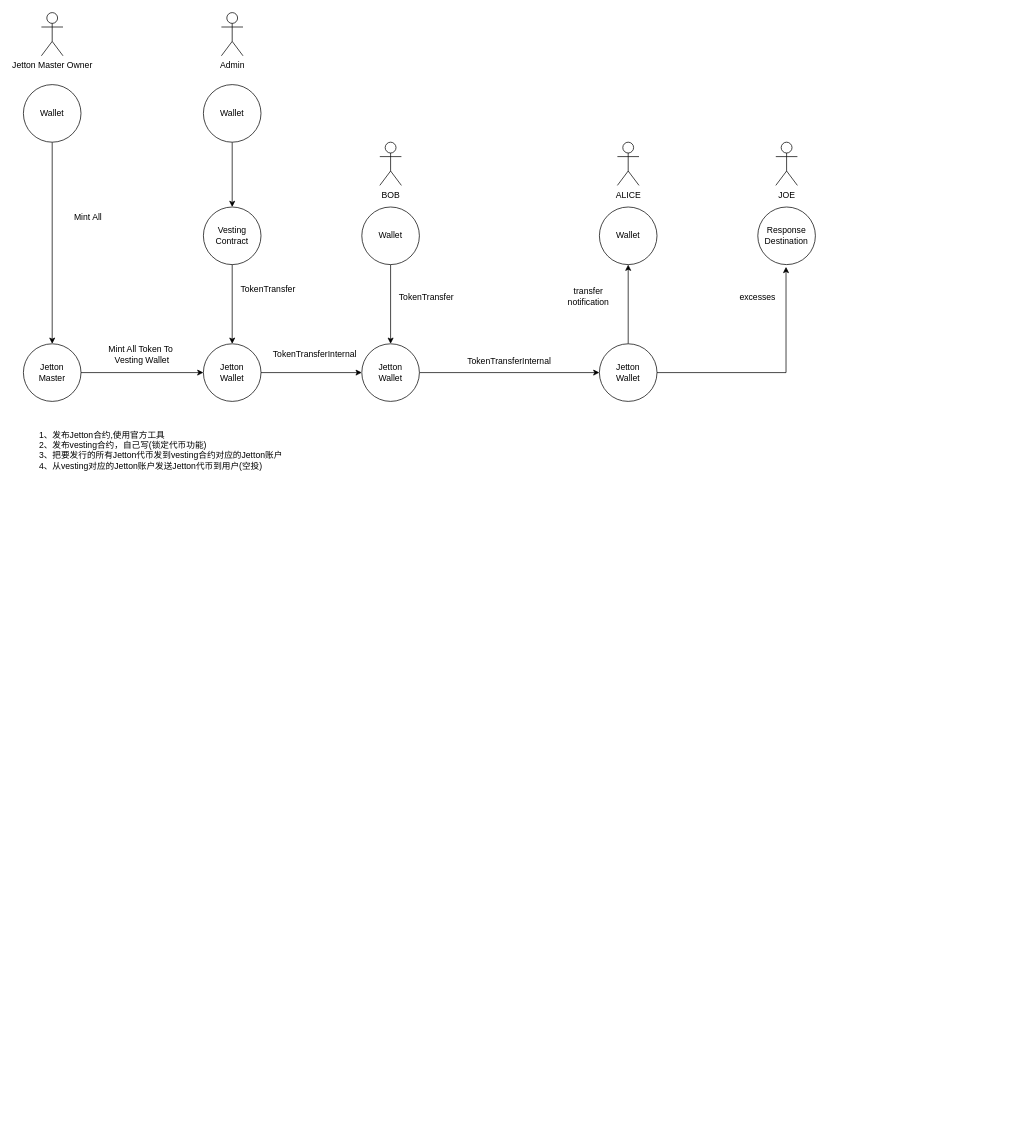
Above: page "Ton" (8 of 8) of 以太坊数据结构.drawio in jxu86/project-uml (draw.io), before the change. Source tidied: cells renumbered, new cells numbered last; positions are measured from the earlier drawing's top-left corner, leaving out a move shared by most shapes. Both pictures are drawn from the tidied source at 72%, with x=0, y=0 at pixel (23, 12).
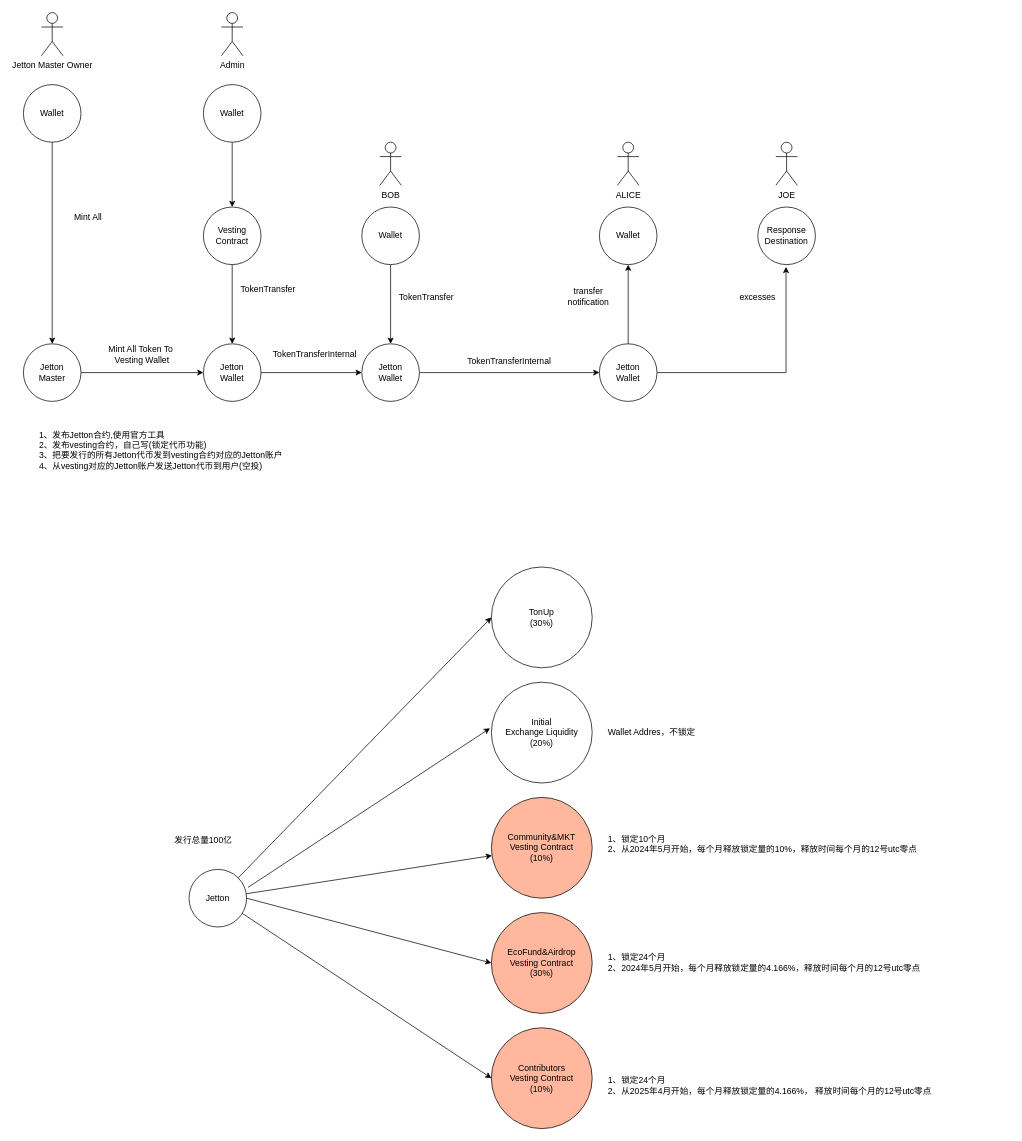
The same diagram, later.

Commit message:
Update 以太坊数据结构.drawio

The edit, as a diff of the source:
```diff
@@
+    <mxCell id="35" style="rounded=0;jettySize=auto;html=1;exitX=1;exitY=0;exitDx=0;exitDy=0;entryX=0;entryY=0.5;entryDx=0;entryDy=0;" parent="1" edge="1" source="39" target="40">
+      <mxGeometry relative="1" as="geometry" />
+    </mxCell>
+    <mxCell id="36" style="rounded=0;jettySize=auto;html=1;entryX=0;entryY=0.5;entryDx=0;entryDy=0;exitX=0.925;exitY=0.763;exitDx=0;exitDy=0;exitPerimeter=0;" parent="1" edge="1" source="39" target="41">
+      <mxGeometry relative="1" as="geometry" />
+    </mxCell>
+    <mxCell id="37" style="rounded=0;jettySize=auto;html=1;" parent="1" edge="1" source="39" target="44">
+      <mxGeometry relative="1" as="geometry" />
+    </mxCell>
+    <mxCell id="38" style="rounded=0;jettySize=auto;html=1;exitX=1;exitY=0.5;exitDx=0;exitDy=0;entryX=0;entryY=0.5;entryDx=0;entryDy=0;" parent="1" edge="1" source="39" target="43">
+      <mxGeometry relative="1" as="geometry" />
+    </mxCell>
+    <mxCell id="39" value="Jetton" style="ellipse;whiteSpace=wrap;html=1;" parent="1" vertex="1">
+      <mxGeometry x="230" y="1190" width="80" height="80" as="geometry" />
+    </mxCell>
+    <mxCell id="40" value="TonUp&lt;div&gt;(30%&lt;span style=&quot;background-color: initial;&quot;&gt;)&lt;/span&gt;&lt;/div&gt;" style="ellipse;whiteSpace=wrap;html=1;" parent="1" vertex="1">
+      <mxGeometry x="650" y="770" width="140" height="140" as="geometry" />
+    </mxCell>
+    <mxCell id="41" value="Contributors&lt;div&gt;Vesting Contract&lt;br&gt;&lt;div&gt;(10%)&lt;/div&gt;&lt;/div&gt;" style="ellipse;whiteSpace=wrap;html=1;fillColor=#FFB89E;" parent="1" vertex="1">
+      <mxGeometry x="650" y="1410" width="140" height="140" as="geometry" />
+    </mxCell>
+    <mxCell id="42" value="&lt;div&gt;Initial&lt;/div&gt;&lt;div&gt;Exchange Liquidity&lt;br&gt;&lt;div&gt;(20%)&lt;/div&gt;&lt;/div&gt;" style="ellipse;whiteSpace=wrap;html=1;" parent="1" vertex="1">
+      <mxGeometry x="650" y="930" width="140" height="140" as="geometry" />
+    </mxCell>
+    <mxCell id="43" value="&lt;div&gt;EcoFund&amp;amp;Airdrop&lt;/div&gt;&lt;div&gt;Vesting Contract&lt;/div&gt;&lt;div&gt;(30%)&lt;/div&gt;" style="ellipse;whiteSpace=wrap;html=1;fillColor=#FFB89E;" parent="1" vertex="1">
+      <mxGeometry x="650" y="1250" width="140" height="140" as="geometry" />
+    </mxCell>
+    <mxCell id="44" value="&lt;div&gt;Community&amp;amp;MKT&lt;/div&gt;&lt;div&gt;Vesting Contract&lt;/div&gt;&lt;div&gt;(10%)&lt;/div&gt;" style="ellipse;whiteSpace=wrap;html=1;fillColor=#FFB89E;" parent="1" vertex="1">
+      <mxGeometry x="650" y="1090" width="140" height="140" as="geometry" />
+    </mxCell>
+    <mxCell id="45" style="rounded=0;jettySize=auto;html=1;exitX=1.025;exitY=0.313;exitDx=0;exitDy=0;entryX=-0.014;entryY=0.457;entryDx=0;entryDy=0;entryPerimeter=0;exitPerimeter=0;" parent="1" edge="1" source="39" target="42">
+      <mxGeometry relative="1" as="geometry" />
+    </mxCell>
+    <mxCell id="46" value="1、锁定10个月&lt;div&gt;2、从2024年5月开始，每个月释放锁定量的10%，释放时间每个月的12号utc零点&lt;/div&gt;" style="text;html=1;align=left;verticalAlign=middle;whiteSpace=wrap;rounded=0;" parent="1" vertex="1">
+      <mxGeometry x="810" y="1120" width="560" height="70" as="geometry" />
+    </mxCell>
+    <mxCell id="47" value="1、锁定24个月&lt;div&gt;2、从2025年4月开始，每个月释放锁定量的4.166%，&amp;nbsp;&lt;span style=&quot;background-color: initial;&quot;&gt;释放时间每个月的12号utc零点&lt;/span&gt;&lt;/div&gt;" style="text;html=1;align=left;verticalAlign=middle;whiteSpace=wrap;rounded=0;" parent="1" vertex="1">
+      <mxGeometry x="810" y="1460" width="470" height="60" as="geometry" />
+    </mxCell>
+    <mxCell id="48" value="1、锁定24个月&lt;div&gt;2、&lt;span style=&quot;background-color: initial;&quot;&gt;2024年5月开始，&lt;/span&gt;&lt;span style=&quot;background-color: initial;&quot;&gt;每个月释放锁定量的4.166%，&lt;/span&gt;&lt;span style=&quot;background-color: initial;&quot;&gt;释放时间每个月的12号utc零点&lt;/span&gt;&lt;/div&gt;" style="text;html=1;align=left;verticalAlign=middle;whiteSpace=wrap;rounded=0;" parent="1" vertex="1">
+      <mxGeometry x="810" y="1290" width="465" height="60" as="geometry" />
+    </mxCell>
+    <mxCell id="49" value="Wallet Addres，不锁定" style="text;html=1;align=left;verticalAlign=middle;whiteSpace=wrap;rounded=0;" parent="1" vertex="1">
+      <mxGeometry x="810" y="970" width="310" height="60" as="geometry" />
+    </mxCell>
+    <mxCell id="50" value="&lt;div style=&quot;text-align: center;&quot;&gt;&lt;span style=&quot;background-color: initial;&quot;&gt;发行总量100亿&lt;/span&gt;&lt;/div&gt;" style="text;html=1;align=left;verticalAlign=middle;whiteSpace=wrap;rounded=0;" parent="1" vertex="1">
+      <mxGeometry x="207.5" y="1120" width="97.5" height="60" as="geometry" />
+    </mxCell>
```
